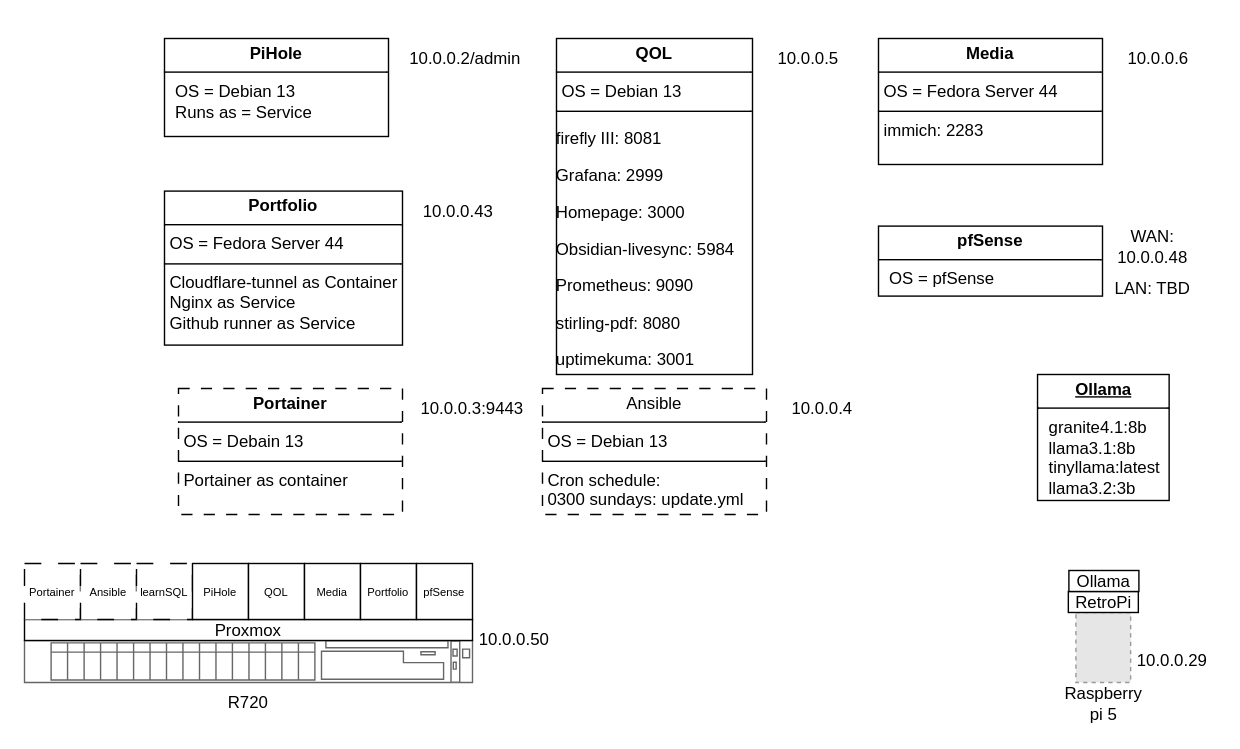
The draw.io diagram current/deploymentTopologies/Deployment Topology.drawio in Aaron4554/homelab, before the edit. Source tidied: cells renumbered, new cells numbered last; positions are measured from the earlier drawing's top-left corner, leaving out a move shared by most shapes. Both pictures are drawn from the tidied source at 140%, with x=0, y=0 at pixel (24, 38). Pictures stored in the file or linked from it are replaced by grey dashed boxes.
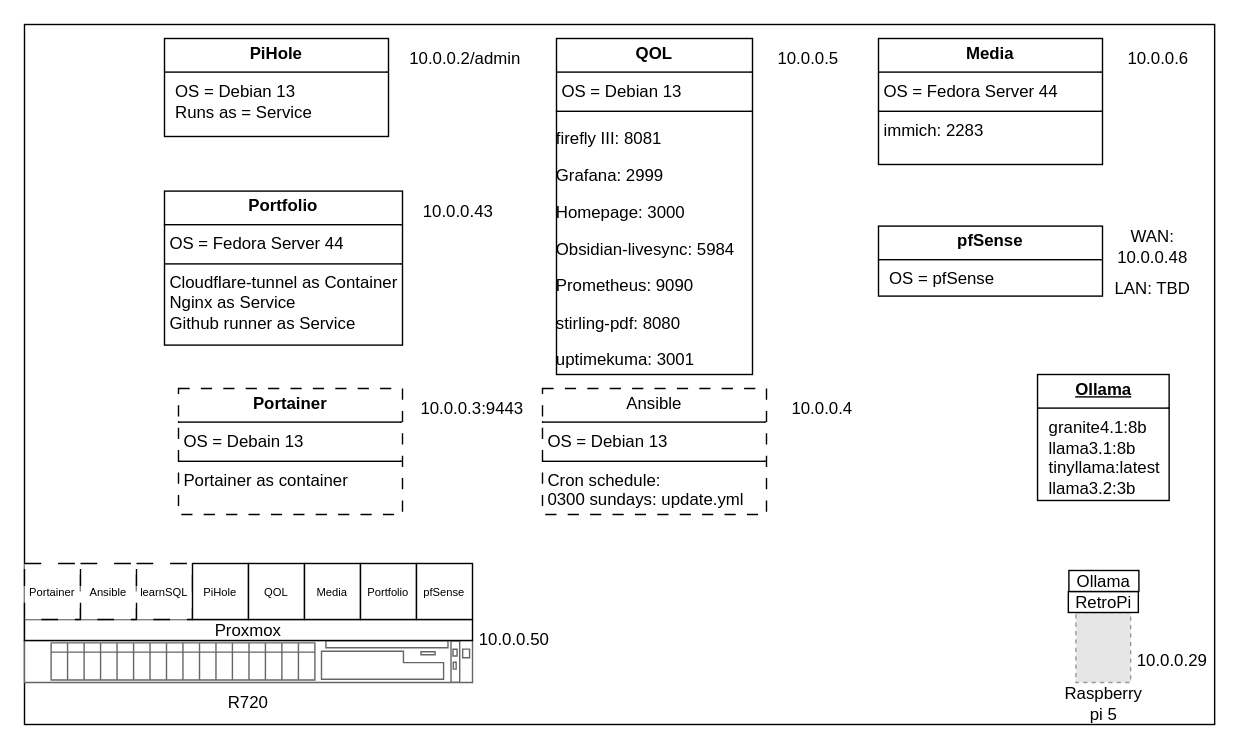
After the change.

Change to the diagram source:
```diff
@@
+    <mxCell id="40" style="rounded=0;whiteSpace=wrap;html=1;" parent="1" vertex="1">
+      <mxGeometry y="-10" width="850.1" height="500" as="geometry" />
+    </mxCell>
```
